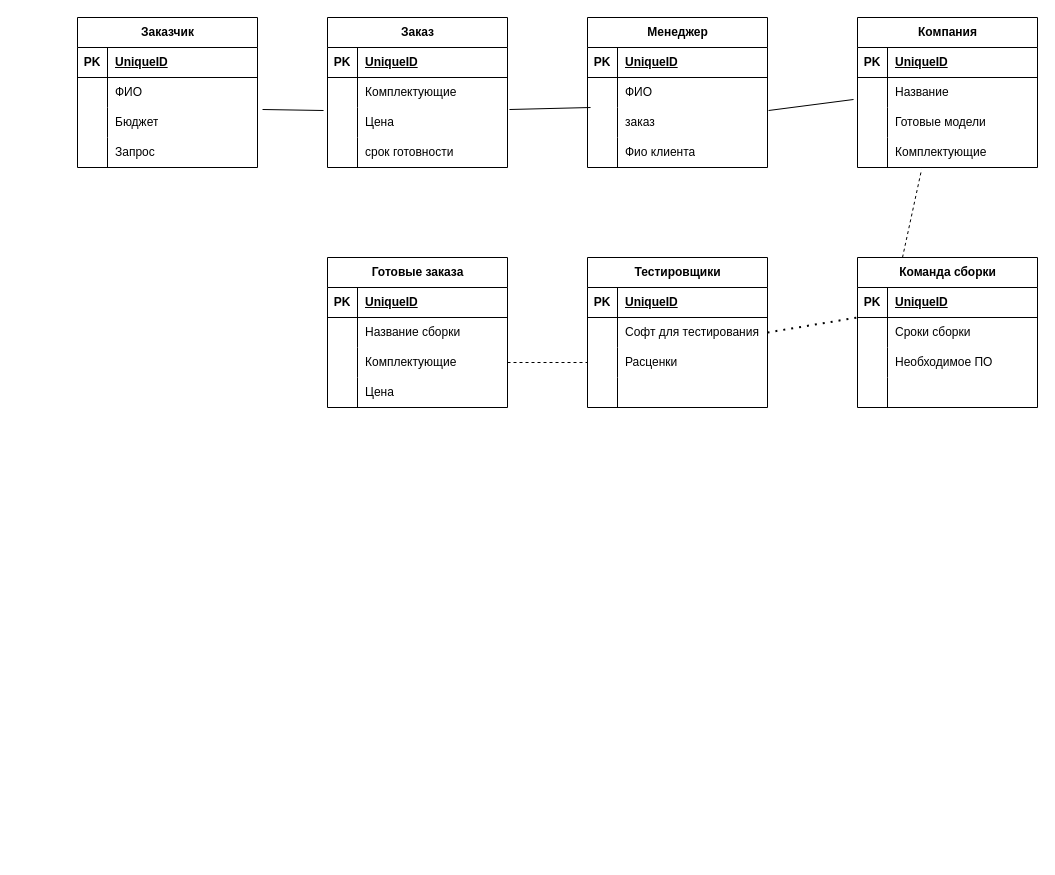
EnoT1K4/project_new keeps this draw.io diagram as page "Страница 7" (7 of 7) of AKMS2.drawio. Above is the earlier version. Source tidied: cells renumbered, new cells numbered last; positions are measured from the earlier drawing's top-left corner, leaving out a move shared by most shapes. Both pictures are drawn from the tidied source at 100%, with x=0, y=0 at pixel (77, 17).
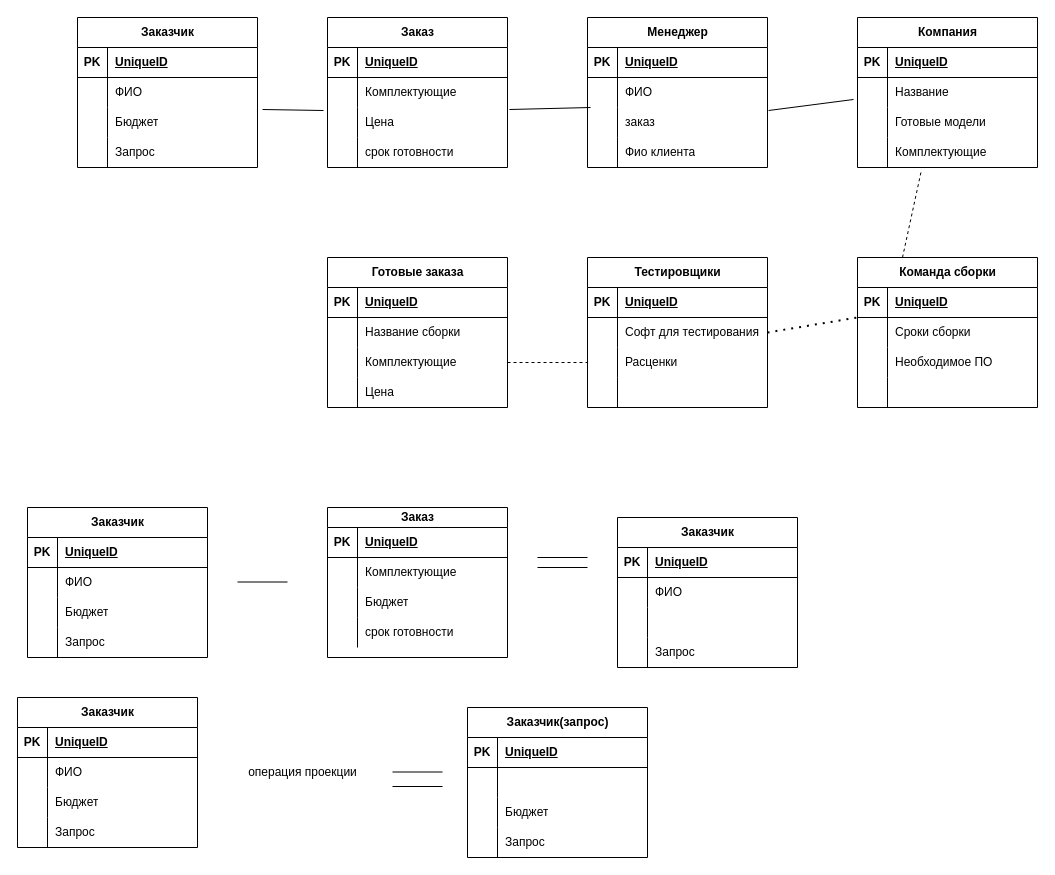
The same page after the edit.

The edit, as a diff of the source:
```diff
@@
+    <mxCell id="99" value="Заказчик" style="shape=table;startSize=30;childLayout=tableLayout;rowLines=0;fontStyle=1;align=center;html=1;" parent="1" vertex="1">
+      <mxGeometry x="-50" y="490" width="180" height="150" as="geometry" />
+    </mxCell>
+    <mxCell id="100" style="shape=tableRow;horizontal=0;startSize=0;swimlaneHead=0;swimlaneBody=0;fillColor=none;top=0;left=0;right=0;bottom=1;" parent="99" vertex="1">
+      <mxGeometry y="30" width="180" height="30" as="geometry" />
+    </mxCell>
+    <mxCell id="101" value="PK" style="shape=partialRectangle;fillColor=none;top=0;left=0;bottom=0;right=0;fontStyle=1;overflow=hidden;whiteSpace=wrap;html=1;" parent="100" vertex="1">
+      <mxGeometry width="30" height="30" as="geometry" />
+    </mxCell>
+    <mxCell id="102" value="UniqueID" style="shape=partialRectangle;fillColor=none;top=0;left=0;bottom=0;right=0;align=left;spacingLeft=6;fontStyle=5;overflow=hidden;whiteSpace=wrap;html=1;" parent="100" vertex="1">
+      <mxGeometry x="30" width="150" height="30" as="geometry" />
+    </mxCell>
+    <mxCell id="103" style="shape=tableRow;horizontal=0;startSize=0;swimlaneHead=0;swimlaneBody=0;fillColor=none;top=0;left=0;right=0;bottom=0;" parent="99" vertex="1">
+      <mxGeometry y="60" width="180" height="30" as="geometry" />
+    </mxCell>
+    <mxCell id="104" style="shape=partialRectangle;fillColor=none;top=0;left=0;bottom=0;right=0;overflow=hidden;whiteSpace=wrap;html=1;" parent="103" vertex="1">
+      <mxGeometry width="30" height="30" as="geometry" />
+    </mxCell>
+    <mxCell id="105" value="ФИО" style="shape=partialRectangle;fillColor=none;top=0;left=0;bottom=0;right=0;align=left;spacingLeft=6;overflow=hidden;whiteSpace=wrap;html=1;" parent="103" vertex="1">
+      <mxGeometry x="30" width="150" height="30" as="geometry" />
+    </mxCell>
+    <mxCell id="106" style="shape=tableRow;horizontal=0;startSize=0;swimlaneHead=0;swimlaneBody=0;fillColor=none;top=0;left=0;right=0;bottom=0;" parent="99" vertex="1">
+      <mxGeometry y="90" width="180" height="30" as="geometry" />
+    </mxCell>
+    <mxCell id="107" style="shape=partialRectangle;fillColor=none;top=0;left=0;bottom=0;right=0;overflow=hidden;whiteSpace=wrap;html=1;" parent="106" vertex="1">
+      <mxGeometry width="30" height="30" as="geometry" />
+    </mxCell>
+    <mxCell id="108" value="Бюджет" style="shape=partialRectangle;fillColor=none;top=0;left=0;bottom=0;right=0;align=left;spacingLeft=6;overflow=hidden;whiteSpace=wrap;html=1;" parent="106" vertex="1">
+      <mxGeometry x="30" width="150" height="30" as="geometry" />
+    </mxCell>
+    <mxCell id="109" style="shape=tableRow;horizontal=0;startSize=0;swimlaneHead=0;swimlaneBody=0;fillColor=none;top=0;left=0;right=0;bottom=0;" parent="99" vertex="1">
+      <mxGeometry y="120" width="180" height="30" as="geometry" />
+    </mxCell>
+    <mxCell id="110" style="shape=partialRectangle;fillColor=none;top=0;left=0;bottom=0;right=0;overflow=hidden;whiteSpace=wrap;html=1;" parent="109" vertex="1">
+      <mxGeometry width="30" height="30" as="geometry" />
+    </mxCell>
+    <mxCell id="111" value="Запрос" style="shape=partialRectangle;fillColor=none;top=0;left=0;bottom=0;right=0;align=left;spacingLeft=6;overflow=hidden;whiteSpace=wrap;html=1;" parent="109" vertex="1">
+      <mxGeometry x="30" width="150" height="30" as="geometry" />
+    </mxCell>
+    <mxCell id="112" value="Заказ" style="shape=table;startSize=20;childLayout=tableLayout;rowLines=0;fontStyle=1;align=center;html=1;" parent="1" vertex="1">
+      <mxGeometry x="250" y="490" width="180" height="150" as="geometry" />
+    </mxCell>
+    <mxCell id="113" style="shape=tableRow;horizontal=0;startSize=0;swimlaneHead=0;swimlaneBody=0;fillColor=none;top=0;left=0;right=0;bottom=1;" parent="112" vertex="1">
+      <mxGeometry y="20" width="180" height="30" as="geometry" />
+    </mxCell>
+    <mxCell id="114" value="PK" style="shape=partialRectangle;fillColor=none;top=0;left=0;bottom=0;right=0;fontStyle=1;overflow=hidden;whiteSpace=wrap;html=1;" parent="113" vertex="1">
+      <mxGeometry width="30" height="30" as="geometry" />
+    </mxCell>
+    <mxCell id="115" value="UniqueID" style="shape=partialRectangle;fillColor=none;top=0;left=0;bottom=0;right=0;align=left;spacingLeft=6;fontStyle=5;overflow=hidden;whiteSpace=wrap;html=1;" parent="113" vertex="1">
+      <mxGeometry x="30" width="150" height="30" as="geometry" />
+    </mxCell>
+    <mxCell id="116" style="shape=tableRow;horizontal=0;startSize=0;swimlaneHead=0;swimlaneBody=0;fillColor=none;top=0;left=0;right=0;bottom=0;" parent="112" vertex="1">
+      <mxGeometry y="50" width="180" height="30" as="geometry" />
+    </mxCell>
+    <mxCell id="117" style="shape=partialRectangle;fillColor=none;top=0;left=0;bottom=0;right=0;overflow=hidden;whiteSpace=wrap;html=1;" parent="116" vertex="1">
+      <mxGeometry width="30" height="30" as="geometry" />
+    </mxCell>
+    <mxCell id="118" value="Комплектующие" style="shape=partialRectangle;fillColor=none;top=0;left=0;bottom=0;right=0;align=left;spacingLeft=6;overflow=hidden;whiteSpace=wrap;html=1;" parent="116" vertex="1">
+      <mxGeometry x="30" width="150" height="30" as="geometry" />
+    </mxCell>
+    <mxCell id="119" style="shape=tableRow;horizontal=0;startSize=0;swimlaneHead=0;swimlaneBody=0;fillColor=none;top=0;left=0;right=0;bottom=0;" parent="112" vertex="1">
+      <mxGeometry y="80" width="180" height="30" as="geometry" />
+    </mxCell>
+    <mxCell id="120" style="shape=partialRectangle;fillColor=none;top=0;left=0;bottom=0;right=0;overflow=hidden;whiteSpace=wrap;html=1;" parent="119" vertex="1">
+      <mxGeometry width="30" height="30" as="geometry" />
+    </mxCell>
+    <mxCell id="121" value="Бюджет" style="shape=partialRectangle;fillColor=none;top=0;left=0;bottom=0;right=0;align=left;spacingLeft=6;overflow=hidden;whiteSpace=wrap;html=1;" parent="119" vertex="1">
+      <mxGeometry x="30" width="150" height="30" as="geometry" />
+    </mxCell>
+    <mxCell id="122" style="shape=tableRow;horizontal=0;startSize=0;swimlaneHead=0;swimlaneBody=0;fillColor=none;top=0;left=0;right=0;bottom=0;" parent="112" vertex="1">
+      <mxGeometry y="110" width="180" height="30" as="geometry" />
+    </mxCell>
+    <mxCell id="123" style="shape=partialRectangle;fillColor=none;top=0;left=0;bottom=0;right=0;overflow=hidden;whiteSpace=wrap;html=1;" parent="122" vertex="1">
+      <mxGeometry width="30" height="30" as="geometry" />
+    </mxCell>
+    <mxCell id="124" value="срок готовности" style="shape=partialRectangle;fillColor=none;top=0;left=0;bottom=0;right=0;align=left;spacingLeft=6;overflow=hidden;whiteSpace=wrap;html=1;" parent="122" vertex="1">
+      <mxGeometry x="30" width="150" height="30" as="geometry" />
+    </mxCell>
+    <mxCell id="125" style="endArrow=none;html=1;rounded=0;" parent="1" edge="1">
+      <mxGeometry relative="1" as="geometry">
+        <mxPoint x="160" y="564.5" as="sourcePoint" />
+        <mxPoint x="210" y="564.5" as="targetPoint" />
+      </mxGeometry>
+    </mxCell>
+    <mxCell id="126" style="endArrow=none;html=1;rounded=0;" parent="1" edge="1">
+      <mxGeometry relative="1" as="geometry">
+        <mxPoint x="460" y="540" as="sourcePoint" />
+        <mxPoint x="510" y="540" as="targetPoint" />
+      </mxGeometry>
+    </mxCell>
+    <mxCell id="127" style="endArrow=none;html=1;rounded=0;" parent="1" edge="1">
+      <mxGeometry relative="1" as="geometry">
+        <mxPoint x="460" y="550" as="sourcePoint" />
+        <mxPoint x="510" y="550" as="targetPoint" />
+      </mxGeometry>
+    </mxCell>
+    <mxCell id="128" value="Заказчик" style="shape=table;startSize=30;childLayout=tableLayout;rowLines=0;fontStyle=1;align=center;html=1;" parent="1" vertex="1">
+      <mxGeometry x="540" y="500" width="180" height="150" as="geometry" />
+    </mxCell>
+    <mxCell id="129" style="shape=tableRow;horizontal=0;startSize=0;swimlaneHead=0;swimlaneBody=0;fillColor=none;top=0;left=0;right=0;bottom=1;" parent="128" vertex="1">
+      <mxGeometry y="30" width="180" height="30" as="geometry" />
+    </mxCell>
+    <mxCell id="130" value="PK" style="shape=partialRectangle;fillColor=none;top=0;left=0;bottom=0;right=0;fontStyle=1;overflow=hidden;whiteSpace=wrap;html=1;" parent="129" vertex="1">
+      <mxGeometry width="30" height="30" as="geometry" />
+    </mxCell>
+    <mxCell id="131" value="UniqueID" style="shape=partialRectangle;fillColor=none;top=0;left=0;bottom=0;right=0;align=left;spacingLeft=6;fontStyle=5;overflow=hidden;whiteSpace=wrap;html=1;" parent="129" vertex="1">
+      <mxGeometry x="30" width="150" height="30" as="geometry" />
+    </mxCell>
+    <mxCell id="132" style="shape=tableRow;horizontal=0;startSize=0;swimlaneHead=0;swimlaneBody=0;fillColor=none;top=0;left=0;right=0;bottom=0;" parent="128" vertex="1">
+      <mxGeometry y="60" width="180" height="30" as="geometry" />
+    </mxCell>
+    <mxCell id="133" style="shape=partialRectangle;fillColor=none;top=0;left=0;bottom=0;right=0;overflow=hidden;whiteSpace=wrap;html=1;" parent="132" vertex="1">
+      <mxGeometry width="30" height="30" as="geometry" />
+    </mxCell>
+    <mxCell id="134" value="ФИО" style="shape=partialRectangle;fillColor=none;top=0;left=0;bottom=0;right=0;align=left;spacingLeft=6;overflow=hidden;whiteSpace=wrap;html=1;" parent="132" vertex="1">
+      <mxGeometry x="30" width="150" height="30" as="geometry" />
+    </mxCell>
+    <mxCell id="135" style="shape=tableRow;horizontal=0;startSize=0;swimlaneHead=0;swimlaneBody=0;fillColor=none;top=0;left=0;right=0;bottom=0;" parent="128" vertex="1">
+      <mxGeometry y="90" width="180" height="30" as="geometry" />
+    </mxCell>
+    <mxCell id="136" style="shape=partialRectangle;fillColor=none;top=0;left=0;bottom=0;right=0;overflow=hidden;whiteSpace=wrap;html=1;" parent="135" vertex="1">
+      <mxGeometry width="30" height="30" as="geometry" />
+    </mxCell>
+    <mxCell id="137" style="shape=partialRectangle;fillColor=none;top=0;left=0;bottom=0;right=0;align=left;spacingLeft=6;overflow=hidden;whiteSpace=wrap;html=1;" parent="135" vertex="1">
+      <mxGeometry x="30" width="150" height="30" as="geometry" />
+    </mxCell>
+    <mxCell id="138" style="shape=tableRow;horizontal=0;startSize=0;swimlaneHead=0;swimlaneBody=0;fillColor=none;top=0;left=0;right=0;bottom=0;" parent="128" vertex="1">
+      <mxGeometry y="120" width="180" height="30" as="geometry" />
+    </mxCell>
+    <mxCell id="139" style="shape=partialRectangle;fillColor=none;top=0;left=0;bottom=0;right=0;overflow=hidden;whiteSpace=wrap;html=1;" parent="138" vertex="1">
+      <mxGeometry width="30" height="30" as="geometry" />
+    </mxCell>
+    <mxCell id="140" value="Запрос" style="shape=partialRectangle;fillColor=none;top=0;left=0;bottom=0;right=0;align=left;spacingLeft=6;overflow=hidden;whiteSpace=wrap;html=1;" parent="138" vertex="1">
+      <mxGeometry x="30" width="150" height="30" as="geometry" />
+    </mxCell>
+    <mxCell id="141" value="Заказчик" style="shape=table;startSize=30;childLayout=tableLayout;rowLines=0;fontStyle=1;align=center;html=1;" parent="1" vertex="1">
+      <mxGeometry x="-60" y="680" width="180" height="150" as="geometry" />
+    </mxCell>
+    <mxCell id="142" style="shape=tableRow;horizontal=0;startSize=0;swimlaneHead=0;swimlaneBody=0;fillColor=none;top=0;left=0;right=0;bottom=1;" parent="141" vertex="1">
+      <mxGeometry y="30" width="180" height="30" as="geometry" />
+    </mxCell>
+    <mxCell id="143" value="PK" style="shape=partialRectangle;fillColor=none;top=0;left=0;bottom=0;right=0;fontStyle=1;overflow=hidden;whiteSpace=wrap;html=1;" parent="142" vertex="1">
+      <mxGeometry width="30" height="30" as="geometry" />
+    </mxCell>
+    <mxCell id="144" value="UniqueID" style="shape=partialRectangle;fillColor=none;top=0;left=0;bottom=0;right=0;align=left;spacingLeft=6;fontStyle=5;overflow=hidden;whiteSpace=wrap;html=1;" parent="142" vertex="1">
+      <mxGeometry x="30" width="150" height="30" as="geometry" />
+    </mxCell>
+    <mxCell id="145" style="shape=tableRow;horizontal=0;startSize=0;swimlaneHead=0;swimlaneBody=0;fillColor=none;top=0;left=0;right=0;bottom=0;" parent="141" vertex="1">
+      <mxGeometry y="60" width="180" height="30" as="geometry" />
+    </mxCell>
+    <mxCell id="146" style="shape=partialRectangle;fillColor=none;top=0;left=0;bottom=0;right=0;overflow=hidden;whiteSpace=wrap;html=1;" parent="145" vertex="1">
+      <mxGeometry width="30" height="30" as="geometry" />
+    </mxCell>
+    <mxCell id="147" value="ФИО" style="shape=partialRectangle;fillColor=none;top=0;left=0;bottom=0;right=0;align=left;spacingLeft=6;overflow=hidden;whiteSpace=wrap;html=1;" parent="145" vertex="1">
+      <mxGeometry x="30" width="150" height="30" as="geometry" />
+    </mxCell>
+    <mxCell id="148" style="shape=tableRow;horizontal=0;startSize=0;swimlaneHead=0;swimlaneBody=0;fillColor=none;top=0;left=0;right=0;bottom=0;" parent="141" vertex="1">
+      <mxGeometry y="90" width="180" height="30" as="geometry" />
+    </mxCell>
+    <mxCell id="149" style="shape=partialRectangle;fillColor=none;top=0;left=0;bottom=0;right=0;overflow=hidden;whiteSpace=wrap;html=1;" parent="148" vertex="1">
+      <mxGeometry width="30" height="30" as="geometry" />
+    </mxCell>
+    <mxCell id="150" value="Бюджет" style="shape=partialRectangle;fillColor=none;top=0;left=0;bottom=0;right=0;align=left;spacingLeft=6;overflow=hidden;whiteSpace=wrap;html=1;" parent="148" vertex="1">
+      <mxGeometry x="30" width="150" height="30" as="geometry" />
+    </mxCell>
+    <mxCell id="151" style="shape=tableRow;horizontal=0;startSize=0;swimlaneHead=0;swimlaneBody=0;fillColor=none;top=0;left=0;right=0;bottom=0;" parent="141" vertex="1">
+      <mxGeometry y="120" width="180" height="30" as="geometry" />
+    </mxCell>
+    <mxCell id="152" style="shape=partialRectangle;fillColor=none;top=0;left=0;bottom=0;right=0;overflow=hidden;whiteSpace=wrap;html=1;" parent="151" vertex="1">
+      <mxGeometry width="30" height="30" as="geometry" />
+    </mxCell>
+    <mxCell id="153" value="Запрос" style="shape=partialRectangle;fillColor=none;top=0;left=0;bottom=0;right=0;align=left;spacingLeft=6;overflow=hidden;whiteSpace=wrap;html=1;" parent="151" vertex="1">
+      <mxGeometry x="30" width="150" height="30" as="geometry" />
+    </mxCell>
+    <mxCell id="154" style="endArrow=none;html=1;rounded=0;" parent="1" edge="1">
+      <mxGeometry relative="1" as="geometry">
+        <mxPoint x="315" y="754.5" as="sourcePoint" />
+        <mxPoint x="365" y="754.5" as="targetPoint" />
+      </mxGeometry>
+    </mxCell>
+    <mxCell id="155" style="endArrow=none;html=1;rounded=0;" parent="1" edge="1">
+      <mxGeometry relative="1" as="geometry">
+        <mxPoint x="315" y="769" as="sourcePoint" />
+        <mxPoint x="365" y="769" as="targetPoint" />
+      </mxGeometry>
+    </mxCell>
+    <mxCell id="156" value="операция проекции" style="text;html=1;align=center;verticalAlign=middle;strokeColor=none;fillColor=none;" parent="1" vertex="1">
+      <mxGeometry x="160" y="740" width="130" height="30" as="geometry" />
+    </mxCell>
+    <mxCell id="157" value="Заказчик(запрос)" style="shape=table;startSize=30;childLayout=tableLayout;rowLines=0;fontStyle=1;align=center;html=1;" parent="1" vertex="1">
+      <mxGeometry x="390" y="690" width="180" height="150" as="geometry" />
+    </mxCell>
+    <mxCell id="158" style="shape=tableRow;horizontal=0;startSize=0;swimlaneHead=0;swimlaneBody=0;fillColor=none;top=0;left=0;right=0;bottom=1;" parent="157" vertex="1">
+      <mxGeometry y="30" width="180" height="30" as="geometry" />
+    </mxCell>
+    <mxCell id="159" value="PK" style="shape=partialRectangle;fillColor=none;top=0;left=0;bottom=0;right=0;fontStyle=1;overflow=hidden;whiteSpace=wrap;html=1;" parent="158" vertex="1">
+      <mxGeometry width="30" height="30" as="geometry" />
+    </mxCell>
+    <mxCell id="160" value="UniqueID" style="shape=partialRectangle;fillColor=none;top=0;left=0;bottom=0;right=0;align=left;spacingLeft=6;fontStyle=5;overflow=hidden;whiteSpace=wrap;html=1;" parent="158" vertex="1">
+      <mxGeometry x="30" width="150" height="30" as="geometry" />
+    </mxCell>
+    <mxCell id="161" style="shape=tableRow;horizontal=0;startSize=0;swimlaneHead=0;swimlaneBody=0;fillColor=none;top=0;left=0;right=0;bottom=0;" parent="157" vertex="1">
+      <mxGeometry y="60" width="180" height="30" as="geometry" />
+    </mxCell>
+    <mxCell id="162" style="shape=partialRectangle;fillColor=none;top=0;left=0;bottom=0;right=0;overflow=hidden;whiteSpace=wrap;html=1;" parent="161" vertex="1">
+      <mxGeometry width="30" height="30" as="geometry" />
+    </mxCell>
+    <mxCell id="163" style="shape=partialRectangle;fillColor=none;top=0;left=0;bottom=0;right=0;align=left;spacingLeft=6;overflow=hidden;whiteSpace=wrap;html=1;" parent="161" vertex="1">
+      <mxGeometry x="30" width="150" height="30" as="geometry" />
+    </mxCell>
+    <mxCell id="164" style="shape=tableRow;horizontal=0;startSize=0;swimlaneHead=0;swimlaneBody=0;fillColor=none;top=0;left=0;right=0;bottom=0;" parent="157" vertex="1">
+      <mxGeometry y="90" width="180" height="30" as="geometry" />
+    </mxCell>
+    <mxCell id="165" style="shape=partialRectangle;fillColor=none;top=0;left=0;bottom=0;right=0;overflow=hidden;whiteSpace=wrap;html=1;" parent="164" vertex="1">
+      <mxGeometry width="30" height="30" as="geometry" />
+    </mxCell>
+    <mxCell id="166" value="Бюджет" style="shape=partialRectangle;fillColor=none;top=0;left=0;bottom=0;right=0;align=left;spacingLeft=6;overflow=hidden;whiteSpace=wrap;html=1;" parent="164" vertex="1">
+      <mxGeometry x="30" width="150" height="30" as="geometry" />
+    </mxCell>
+    <mxCell id="167" style="shape=tableRow;horizontal=0;startSize=0;swimlaneHead=0;swimlaneBody=0;fillColor=none;top=0;left=0;right=0;bottom=0;" parent="157" vertex="1">
+      <mxGeometry y="120" width="180" height="30" as="geometry" />
+    </mxCell>
+    <mxCell id="168" style="shape=partialRectangle;fillColor=none;top=0;left=0;bottom=0;right=0;overflow=hidden;whiteSpace=wrap;html=1;" parent="167" vertex="1">
+      <mxGeometry width="30" height="30" as="geometry" />
+    </mxCell>
+    <mxCell id="169" value="Запрос" style="shape=partialRectangle;fillColor=none;top=0;left=0;bottom=0;right=0;align=left;spacingLeft=6;overflow=hidden;whiteSpace=wrap;html=1;" parent="167" vertex="1">
+      <mxGeometry x="30" width="150" height="30" as="geometry" />
+    </mxCell>
```
